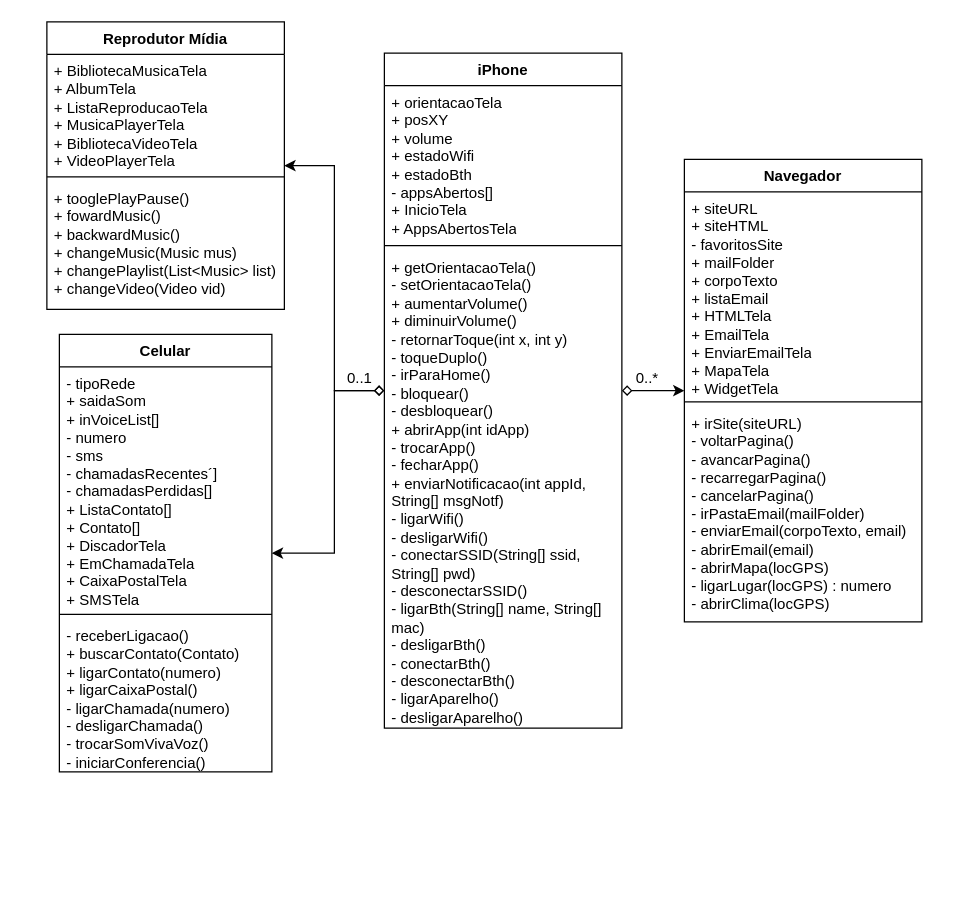
menestrel-mkmb/dio_java_uml-iphone keeps this draw.io diagram as uml/iPhone.drawio. Above is the earlier version. Source tidied: cells renumbered, new cells numbered last; positions are measured from the earlier drawing's top-left corner, leaving out a move shared by most shapes. Both pictures are drawn from the tidied source at 125%, with x=0, y=0 at pixel (46, 21).
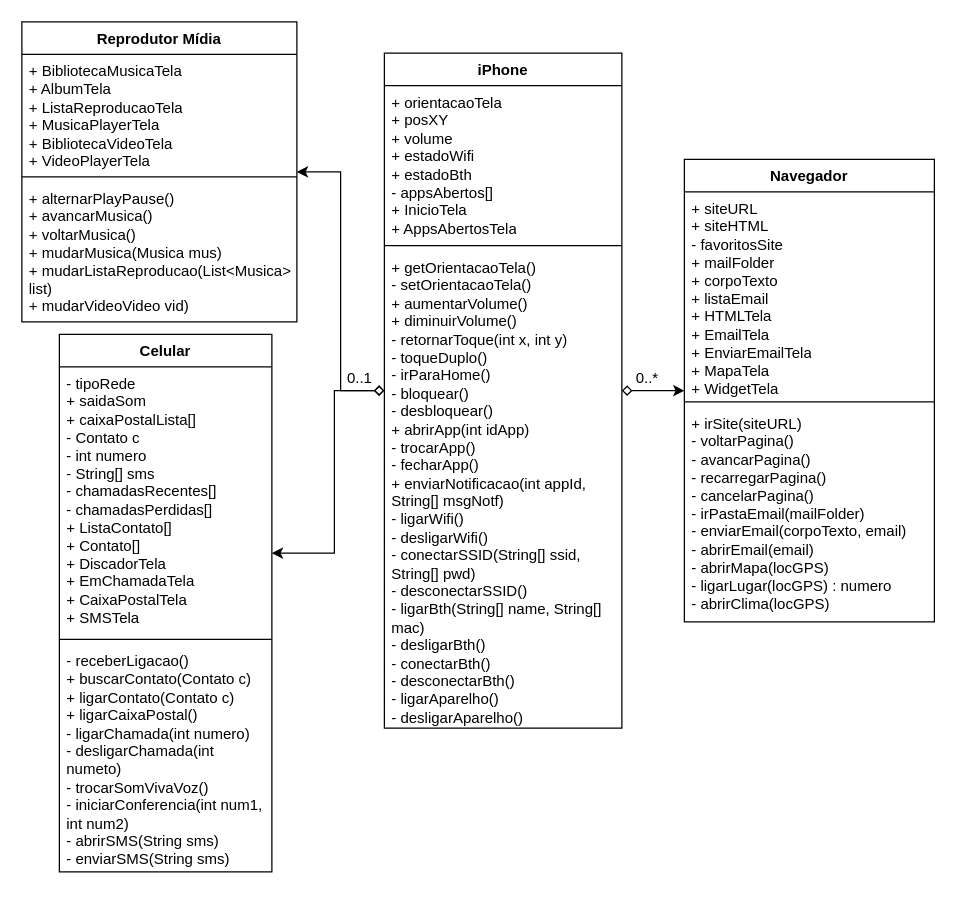
The same page after the edit.

Commit message:
UML drawio update MediaPlayer names and Phone args;

The edit, as a diff of the source:
```diff
@@
     <mxCell id="2" value="Celular" style="swimlane;fontStyle=1;align=center;verticalAlign=top;horizontal=1;startSize=26;whiteSpace=wrap;html=1;" parent="1" vertex="1">
-      <mxGeometry x="10" y="250" width="170" height="350" as="geometry" />
+      <mxGeometry x="10" y="250" width="170" height="430" as="geometry" />
     </mxCell>
-    <mxCell id="3" value="&lt;div&gt;- tipoRede&lt;/div&gt;&lt;div&gt;+ saidaSom&lt;/div&gt;&lt;div&gt;+ inVoiceList[]&lt;/div&gt;&lt;div&gt;- numero&lt;/div&gt;&lt;div&gt;- sms&lt;/div&gt;&lt;div&gt;- chamadasRecentes´]&lt;/div&gt;&lt;div&gt;- chamadasPerdidas[]&lt;br&gt;&lt;/div&gt;&lt;div&gt;+ ListaContato[]&lt;/div&gt;&lt;div&gt;+ Contato[]&lt;/div&gt;&lt;div&gt;+ DiscadorTela&lt;/div&gt;&lt;div&gt;+ EmChamadaTela&lt;/div&gt;&lt;div&gt;+ CaixaPostalTela&lt;/div&gt;&lt;div&gt;+ SMSTela&lt;br&gt;&lt;/div&gt;" style="text;strokeColor=none;fillColor=none;align=left;verticalAlign=top;spacingLeft=4;spacingRight=4;overflow=hidden;whiteSpace=wrap;html=1;" parent="2" vertex="1">
-      <mxGeometry y="26" width="170" height="194" as="geometry" />
+    <mxCell id="3" value="&lt;div&gt;- tipoRede&lt;/div&gt;&lt;div&gt;+ saidaSom&lt;/div&gt;&lt;div&gt;+ caixaPostalLista[]&lt;/div&gt;&lt;div&gt;- Contato c&lt;br&gt;&lt;/div&gt;&lt;div&gt;- int numero&lt;/div&gt;&lt;div&gt;- String[] sms&lt;/div&gt;&lt;div&gt;- chamadasRecentes[]&lt;/div&gt;&lt;div&gt;- chamadasPerdidas[]&lt;br&gt;&lt;/div&gt;&lt;div&gt;+ ListaContato[]&lt;/div&gt;&lt;div&gt;+ Contato[]&lt;/div&gt;&lt;div&gt;+ DiscadorTela&lt;/div&gt;&lt;div&gt;+ EmChamadaTela&lt;/div&gt;&lt;div&gt;+ CaixaPostalTela&lt;/div&gt;&lt;div&gt;+ SMSTela&lt;br&gt;&lt;/div&gt;" style="text;strokeColor=none;fillColor=none;align=left;verticalAlign=top;spacingLeft=4;spacingRight=4;overflow=hidden;whiteSpace=wrap;html=1;" parent="2" vertex="1">
+      <mxGeometry y="26" width="170" height="214" as="geometry" />
     </mxCell>
     <mxCell id="4" style="line;strokeWidth=1;fillColor=none;align=left;verticalAlign=middle;spacingTop=-1;spacingLeft=3;spacingRight=3;labelPosition=right;strokeColor=inherit;" parent="2" vertex="1">
-      <mxGeometry y="220" width="170" height="8" as="geometry" />
+      <mxGeometry y="240" width="170" height="8" as="geometry" />
     </mxCell>
-    <mxCell id="5" value="&lt;div&gt;- receberLigacao()&lt;/div&gt;&lt;div&gt;+ buscarContato(Contato)&lt;/div&gt;&lt;div&gt;+ ligarContato(numero)&lt;/div&gt;&lt;div&gt;+ ligarCaixaPostal()&lt;/div&gt;&lt;div&gt;- ligarChamada(numero)&lt;/div&gt;&lt;div&gt;- desligarChamada()&lt;/div&gt;&lt;div&gt;- trocarSomVivaVoz()&lt;/div&gt;&lt;div&gt;- iniciarConferencia()&lt;br&gt;&lt;/div&gt;" style="text;strokeColor=none;fillColor=none;align=left;verticalAlign=top;spacingLeft=4;spacingRight=4;overflow=hidden;whiteSpace=wrap;html=1;" parent="2" vertex="1">
-      <mxGeometry y="228" width="170" height="122" as="geometry" />
+    <mxCell id="5" value="&lt;div&gt;- receberLigacao()&lt;/div&gt;&lt;div&gt;+ buscarContato(Contato c)&lt;/div&gt;&lt;div&gt;+ ligarContato(Contato c)&lt;/div&gt;&lt;div&gt;+ ligarCaixaPostal()&lt;/div&gt;&lt;div&gt;- ligarChamada(int numero)&lt;/div&gt;&lt;div&gt;- desligarChamada(int numeto)&lt;/div&gt;&lt;div&gt;- trocarSomVivaVoz()&lt;/div&gt;&lt;div&gt;- iniciarConferencia(int num1, int num2)&lt;/div&gt;&lt;div&gt;- abrirSMS(String sms)&lt;/div&gt;&lt;div&gt;- enviarSMS(String sms)&lt;br&gt;&lt;/div&gt;" style="text;strokeColor=none;fillColor=none;align=left;verticalAlign=top;spacingLeft=4;spacingRight=4;overflow=hidden;whiteSpace=wrap;html=1;" parent="2" vertex="1">
+      <mxGeometry y="248" width="170" height="182" as="geometry" />
     </mxCell>
     <mxCell id="6" value="Navegador" style="swimlane;fontStyle=1;align=center;verticalAlign=top;horizontal=1;startSize=26;whiteSpace=wrap;html=1;" parent="1" vertex="1">
-      <mxGeometry x="510" y="110" width="190" height="370" as="geometry" />
+      <mxGeometry x="510" y="110" width="200" height="370" as="geometry" />
     </mxCell>
     <mxCell id="7" value="&lt;div&gt;+ siteURL&lt;/div&gt;&lt;div&gt;+ siteHTML&lt;/div&gt;&lt;div&gt;- favoritosSite&lt;br&gt;&lt;/div&gt;&lt;div&gt;+ mailFolder&lt;/div&gt;&lt;div&gt;+ corpoTexto&lt;/div&gt;&lt;div&gt;+ listaEmail&lt;br&gt;&lt;/div&gt;&lt;div&gt;+ HTMLTela&lt;/div&gt;&lt;div&gt;+ EmailTela&lt;/div&gt;&lt;div&gt;+ EnviarEmailTela&lt;/div&gt;&lt;div&gt;+ MapaTela&lt;/div&gt;&lt;div&gt;+ WidgetTela&lt;br&gt;&lt;/div&gt;" style="text;strokeColor=none;fillColor=none;align=left;verticalAlign=top;spacingLeft=4;spacingRight=4;overflow=hidden;whiteSpace=wrap;html=1;" parent="6" vertex="1">
-      <mxGeometry y="26" width="190" height="164" as="geometry" />
+      <mxGeometry y="26" width="200" height="164" as="geometry" />
     </mxCell>
     <mxCell id="8" style="line;strokeWidth=1;fillColor=none;align=left;verticalAlign=middle;spacingTop=-1;spacingLeft=3;spacingRight=3;labelPosition=right;strokeColor=inherit;" parent="6" vertex="1">
-      <mxGeometry y="190" width="190" height="8" as="geometry" />
+      <mxGeometry y="190" width="200" height="8" as="geometry" />
     </mxCell>
     <mxCell id="9" value="&lt;div&gt;+ irSite(siteURL)&lt;/div&gt;&lt;div&gt;- voltarPagina()&lt;/div&gt;&lt;div&gt;- avancarPagina()&lt;/div&gt;&lt;div&gt;- recarregarPagina()&lt;/div&gt;&lt;div&gt;- cancelarPagina()&lt;/div&gt;&lt;div&gt;- irPastaEmail(mailFolder)&lt;/div&gt;&lt;div&gt;- enviarEmail(corpoTexto, email)&lt;/div&gt;&lt;div&gt;- abrirEmail(email)&lt;/div&gt;&lt;div&gt;- abrirMapa(locGPS)&lt;/div&gt;&lt;div&gt;- ligarLugar(locGPS) : numero&lt;br&gt;&lt;/div&gt;&lt;div&gt;- abrirClima(locGPS)&lt;br&gt;&lt;/div&gt;" style="text;strokeColor=none;fillColor=none;align=left;verticalAlign=top;spacingLeft=4;spacingRight=4;overflow=hidden;whiteSpace=wrap;html=1;" parent="6" vertex="1">
-      <mxGeometry y="198" width="190" height="172" as="geometry" />
+      <mxGeometry y="198" width="200" height="172" as="geometry" />
     </mxCell>
@@
     <mxCell id="17" value="Reprodutor Mídia" style="swimlane;fontStyle=1;align=center;verticalAlign=top;horizontal=1;startSize=26;whiteSpace=wrap;html=1;" parent="1" vertex="1">
-      <mxGeometry width="190" height="230" as="geometry" />
+      <mxGeometry x="-20" width="220" height="240" as="geometry" />
     </mxCell>
     <mxCell id="18" value="&lt;div&gt;+ BibliotecaMusicaTela&lt;br&gt;&lt;/div&gt;&lt;div&gt;+ AlbumTela&lt;/div&gt;&lt;div&gt;+ ListaReproducaoTela&lt;/div&gt;&lt;div&gt;+ MusicaPlayerTela&lt;/div&gt;&lt;div&gt;+ BibliotecaVideoTela&lt;/div&gt;&lt;div&gt;+ VideoPlayerTela&lt;/div&gt;" style="text;strokeColor=none;fillColor=none;align=left;verticalAlign=top;spacingLeft=4;spacingRight=4;overflow=hidden;whiteSpace=wrap;html=1;" parent="17" vertex="1">
-      <mxGeometry y="26" width="190" height="94" as="geometry" />
+      <mxGeometry y="26" width="220" height="94" as="geometry" />
     </mxCell>
     <mxCell id="19" style="line;strokeWidth=1;fillColor=none;align=left;verticalAlign=middle;spacingTop=-1;spacingLeft=3;spacingRight=3;labelPosition=right;strokeColor=inherit;" parent="17" vertex="1">
-      <mxGeometry y="120" width="190" height="8" as="geometry" />
+      <mxGeometry y="120" width="220" height="8" as="geometry" />
     </mxCell>
-    <mxCell id="20" value="&lt;div&gt;+ tooglePlayPause()&lt;/div&gt;&lt;div&gt;+ fowardMusic()&lt;/div&gt;&lt;div&gt;+ backwardMusic()&lt;/div&gt;&lt;div&gt;+ changeMusic(Music mus)&lt;/div&gt;&lt;div&gt;+ changePlaylist(List&amp;lt;Music&amp;gt; list)&lt;/div&gt;&lt;div&gt;+ changeVideo(Video vid)&lt;/div&gt;" style="text;strokeColor=none;fillColor=none;align=left;verticalAlign=top;spacingLeft=4;spacingRight=4;overflow=hidden;whiteSpace=wrap;html=1;" parent="17" vertex="1">
-      <mxGeometry y="128" width="190" height="102" as="geometry" />
+    <mxCell id="20" value="&lt;div&gt;+ alternarPlayPause()&lt;/div&gt;&lt;div&gt;+ avancarMusica()&lt;/div&gt;&lt;div&gt;+ voltarMusica()&lt;/div&gt;&lt;div&gt;+ mudarMusica(Musica mus)&lt;/div&gt;&lt;div&gt;+ mudarListaReproducao(List&amp;lt;Musica&amp;gt; list)&lt;/div&gt;&lt;div&gt;+ mudarVideoVideo vid)&lt;/div&gt;" style="text;strokeColor=none;fillColor=none;align=left;verticalAlign=top;spacingLeft=4;spacingRight=4;overflow=hidden;whiteSpace=wrap;html=1;" parent="17" vertex="1">
+      <mxGeometry y="128" width="220" height="112" as="geometry" />
     </mxCell>
```
